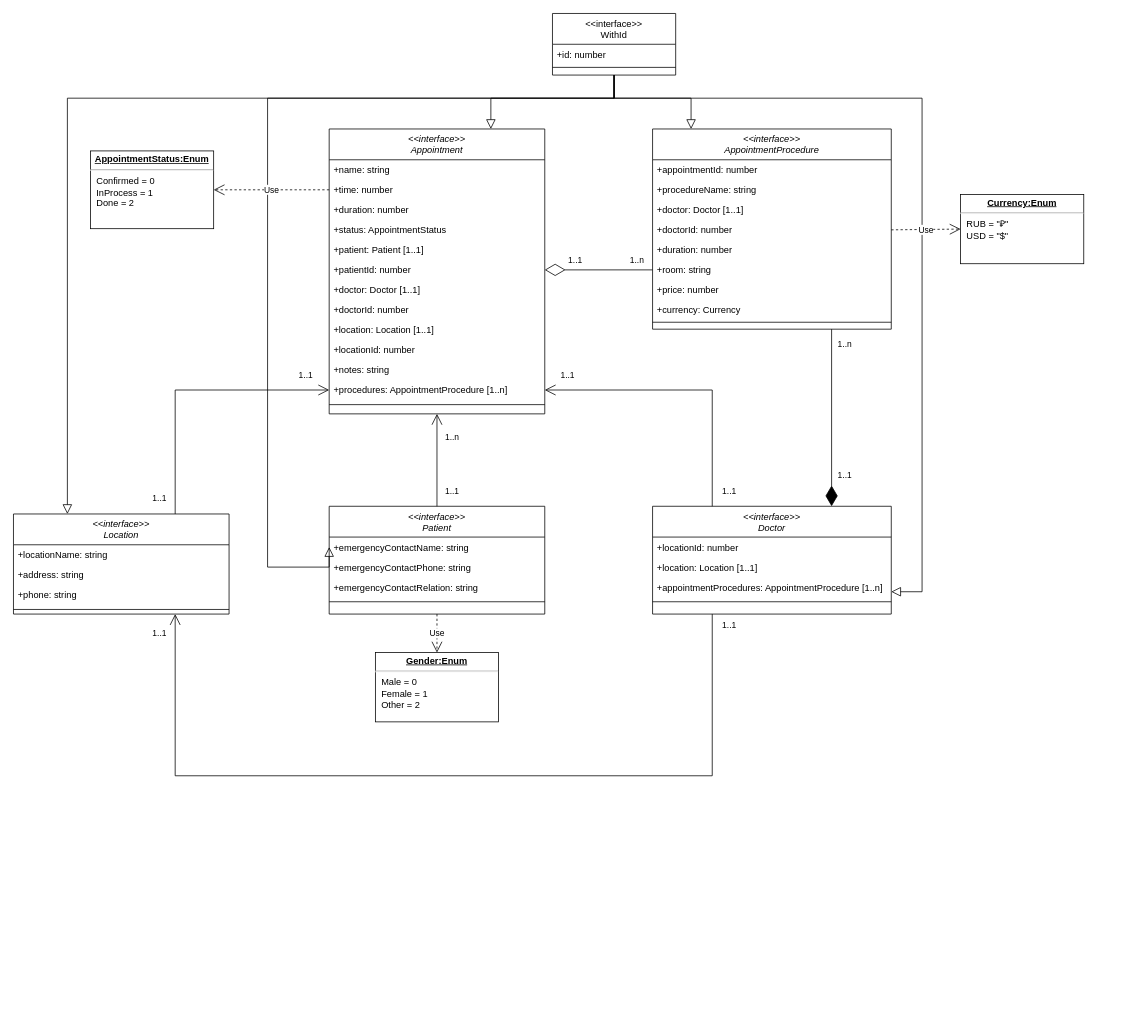
Before: Untitled Diagram.drawio in arturyumaev/Bachelor-Diploma-Docs, a draw.io diagram. Source tidied: cells renumbered, new cells numbered last; positions are measured from the earlier drawing's top-left corner, leaving out a move shared by most shapes. Both pictures are drawn from the tidied source at 77%, with x=0, y=0 at pixel (13, 13).
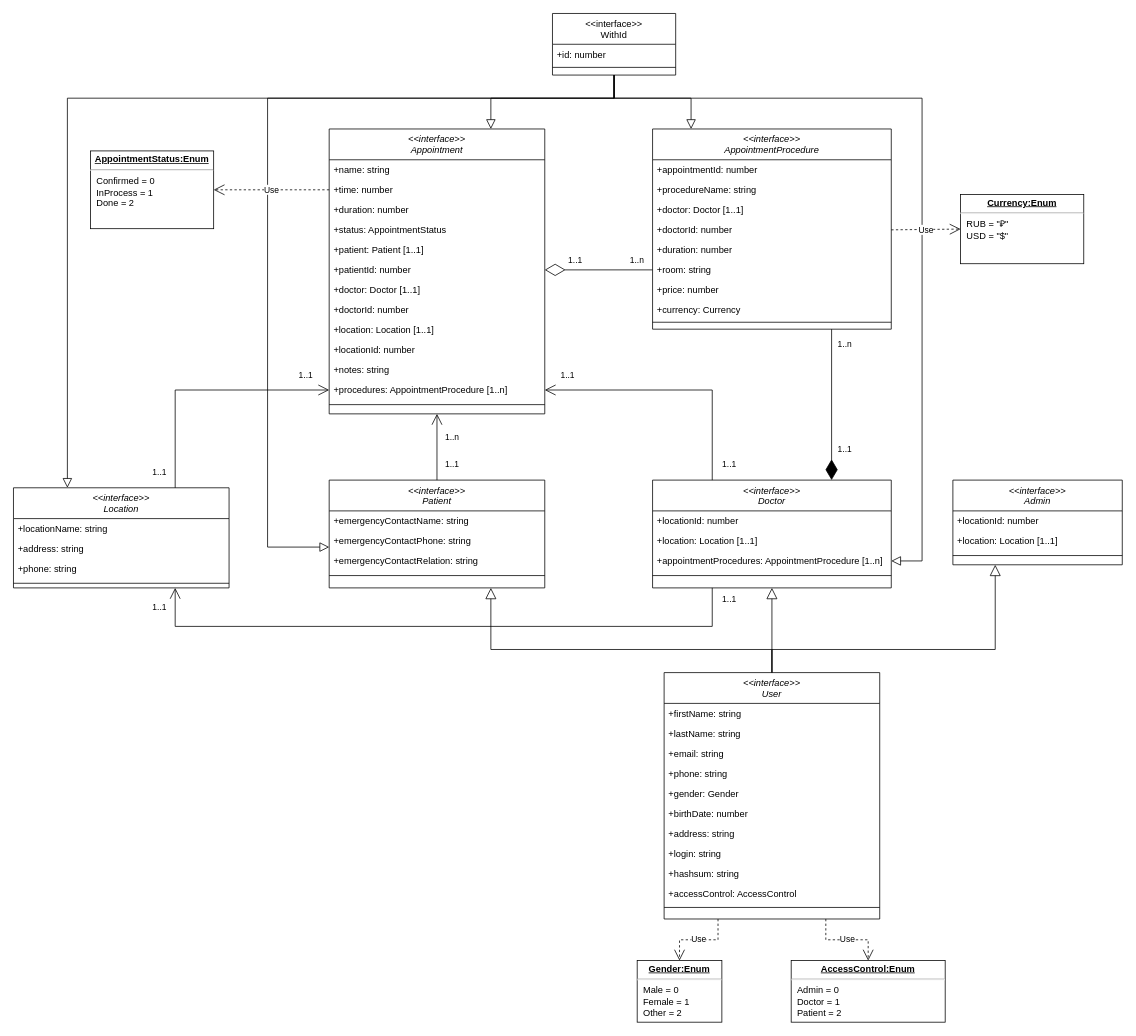
The same page after the edit.

The change refers to these unchanged cells:
```xml
<mxCell id="16" value="&lt;&lt;interface&gt;&gt;&#10;WithId" style="swimlane;fontStyle=0;align=center;verticalAlign=top;horizontal=1;startSize=40;rounded=0;shadow=0;strokeWidth=1;" parent="1" vertex="1">
  <mxGeometry x="700" width="160" height="80" as="geometry" />
</mxCell>
<mxCell id="42" value="+appointmentProcedures: AppointmentProcedure [1..n]" style="text;align=left;verticalAlign=top;spacingLeft=4;spacingRight=4;overflow=hidden;points=[[0,0.5],[1,0.5]];portConstraint=eastwest;rounded=0;shadow=0;html=0;" parent="39" vertex="1">
  <mxGeometry y="92" width="310" height="26" as="geometry" />
</mxCell>
```

The edit, as a diff of the source:
```diff
@@
     <mxCell id="34" value="&lt;&lt;interface&gt;&gt;&#10;Patient" style="swimlane;fontStyle=2;align=center;verticalAlign=top;horizontal=1;startSize=40;rounded=0;shadow=0;strokeWidth=1;" parent="1" vertex="1">
-      <mxGeometry x="410" y="640" width="280" height="140" as="geometry" />
+      <mxGeometry x="410" y="606" width="280" height="140" as="geometry" />
     </mxCell>
@@
     <mxCell id="39" value="&lt;&lt;interface&gt;&gt;&#10;Doctor" style="swimlane;fontStyle=2;align=center;verticalAlign=top;horizontal=1;startSize=40;rounded=0;shadow=0;strokeWidth=1;" parent="1" vertex="1">
-      <mxGeometry x="830" y="640" width="310" height="140" as="geometry" />
+      <mxGeometry x="830" y="606" width="310" height="140" as="geometry" />
     </mxCell>
@@
     <mxCell id="44" value="&lt;&lt;interface&gt;&gt;&#10;Location" style="swimlane;fontStyle=2;align=center;verticalAlign=top;horizontal=1;startSize=40;rounded=0;shadow=0;strokeWidth=1;" parent="1" vertex="1">
-      <mxGeometry y="650" width="280" height="130" as="geometry" />
+      <mxGeometry y="616" width="280" height="130" as="geometry" />
     </mxCell>
@@
     <mxCell id="50" style="endArrow=block;endSize=10;endFill=0;shadow=0;strokeWidth=1;rounded=0;edgeStyle=orthogonalEdgeStyle;elbow=vertical;exitX=0.5;exitY=1;exitDx=0;exitDy=0;entryX=0;entryY=0.5;entryDx=0;entryDy=0;" parent="1" edge="1" source="16">
       <mxGeometry relative="1" as="geometry">
         <mxPoint x="410" y="693" as="targetPoint" />
         <Array as="points">
           <mxPoint x="780" y="110" />
           <mxPoint x="330" y="110" />
-          <mxPoint x="330" y="719" />
+          <mxPoint x="330" y="693" />
         </Array>
       </mxGeometry>
     </mxCell>
-    <mxCell id="51" style="endArrow=block;endSize=10;endFill=0;shadow=0;strokeWidth=1;rounded=0;edgeStyle=orthogonalEdgeStyle;elbow=vertical;exitX=0.5;exitY=1;exitDx=0;exitDy=0;" parent="1" edge="1" source="16">
+    <mxCell id="51" style="endArrow=block;endSize=10;endFill=0;shadow=0;strokeWidth=1;rounded=0;edgeStyle=orthogonalEdgeStyle;elbow=vertical;exitX=0.5;exitY=1;exitDx=0;exitDy=0;entryX=1;entryY=0.5;entryDx=0;entryDy=0;" parent="1" edge="1" source="16" target="42">
       <mxGeometry relative="1" as="geometry">
-        <mxPoint x="1140" y="751" as="targetPoint" />
         <Array as="points">
           <mxPoint x="780" y="110" />
           <mxPoint x="1180" y="110" />
-          <mxPoint x="1180" y="751" />
+          <mxPoint x="1180" y="711" />
         </Array>
       </mxGeometry>
     </mxCell>
@@
     <mxCell id="53" value="1..1" style="text;html=1;strokeColor=none;fillColor=none;align=center;verticalAlign=middle;whiteSpace=wrap;rounded=0;fontSize=11;" parent="1" vertex="1">
-      <mxGeometry x="550" y="610" width="40" height="20" as="geometry" />
+      <mxGeometry x="550" y="576" width="40" height="20" as="geometry" />
     </mxCell>
@@
     <mxCell id="57" value="1..1" style="text;html=1;strokeColor=none;fillColor=none;align=center;verticalAlign=middle;whiteSpace=wrap;rounded=0;fontSize=11;" parent="1" vertex="1">
-      <mxGeometry x="910" y="610" width="40" height="20" as="geometry" />
+      <mxGeometry x="910" y="576" width="40" height="20" as="geometry" />
     </mxCell>
@@
     <mxCell id="59" value="1..1" style="text;html=1;strokeColor=none;fillColor=none;align=center;verticalAlign=middle;whiteSpace=wrap;rounded=0;fontSize=11;" parent="1" vertex="1">
-      <mxGeometry x="170" y="620" width="40" height="20" as="geometry" />
+      <mxGeometry x="170" y="586" width="40" height="20" as="geometry" />
     </mxCell>
@@
     <mxCell id="61" style="endArrow=open;endFill=1;endSize=12;html=1;strokeColor=#000000;strokeWidth=1;fontSize=11;entryX=0.75;entryY=1;entryDx=0;entryDy=0;edgeStyle=orthogonalEdgeStyle;rounded=0;exitX=0.25;exitY=1;exitDx=0;exitDy=0;" parent="1" edge="1" source="39" target="44">
       <mxGeometry relative="1" as="geometry">
         <Array as="points">
-          <mxPoint x="908" y="990" />
-          <mxPoint x="210" y="990" />
+          <mxPoint x="908" y="796" />
+          <mxPoint x="210" y="796" />
         </Array>
       </mxGeometry>
     </mxCell>
     <mxCell id="62" value="1..1" style="text;html=1;strokeColor=none;fillColor=none;align=center;verticalAlign=middle;whiteSpace=wrap;rounded=0;fontSize=11;" parent="1" vertex="1">
-      <mxGeometry x="910" y="785" width="40" height="20" as="geometry" />
+      <mxGeometry x="910" y="751" width="40" height="20" as="geometry" />
     </mxCell>
     <mxCell id="63" value="1..1" style="text;html=1;strokeColor=none;fillColor=none;align=center;verticalAlign=middle;whiteSpace=wrap;rounded=0;fontSize=11;" parent="1" vertex="1">
-      <mxGeometry x="170" y="795" width="40" height="20" as="geometry" />
+      <mxGeometry x="170" y="761" width="40" height="20" as="geometry" />
     </mxCell>
@@
     <mxCell id="65" value="1..1" style="text;html=1;strokeColor=none;fillColor=none;align=center;verticalAlign=middle;whiteSpace=wrap;rounded=0;fontSize=11;" parent="1" vertex="1">
-      <mxGeometry x="1060" y="590" width="40" height="20" as="geometry" />
+      <mxGeometry x="1060" y="556" width="40" height="20" as="geometry" />
     </mxCell>
@@
-    <mxCell id="67" value="&lt;p style=&quot;margin: 0px ; margin-top: 4px ; text-align: center ; text-decoration: underline&quot;&gt;&lt;b&gt;Gender:Enum&lt;/b&gt;&lt;/p&gt;&lt;hr&gt;&lt;p style=&quot;margin: 0px ; margin-left: 8px&quot;&gt;Male = 0&lt;br&gt;Female = 1&lt;br&gt;Other = 2&lt;/p&gt;" style="verticalAlign=top;align=left;overflow=fill;fontSize=12;fontFamily=Helvetica;html=1;" parent="1" vertex="1">
-      <mxGeometry x="470" y="830" width="160" height="90" as="geometry" />
-    </mxCell>
@@
-    <mxCell id="70" value="Use" style="endArrow=open;endSize=12;dashed=1;html=1;strokeColor=#000000;strokeWidth=1;fontSize=11;exitX=0.5;exitY=1;exitDx=0;exitDy=0;entryX=0.5;entryY=0;entryDx=0;entryDy=0;" parent="1" edge="1" source="34" target="67">
-      <mxGeometry relative="1" as="geometry" />
-    </mxCell>
@@
+    <mxCell id="73" value="&lt;&lt;interface&gt;&gt;&#10;Admin" style="swimlane;fontStyle=2;align=center;verticalAlign=top;horizontal=1;startSize=40;rounded=0;shadow=0;strokeWidth=1;" parent="1" vertex="1">
+      <mxGeometry x="1220" y="606" width="220" height="110" as="geometry" />
+    </mxCell>
+    <mxCell id="74" value="+locationId: number" style="text;align=left;verticalAlign=top;spacingLeft=4;spacingRight=4;overflow=hidden;rounded=0;shadow=0;html=0;" parent="73" vertex="1">
+      <mxGeometry y="40" width="220" height="26" as="geometry" />
+    </mxCell>
+    <mxCell id="75" value="+location: Location [1..1]" style="text;align=left;verticalAlign=top;spacingLeft=4;spacingRight=4;overflow=hidden;rounded=0;shadow=0;html=0;" parent="73" vertex="1">
+      <mxGeometry y="66" width="220" height="26" as="geometry" />
+    </mxCell>
+    <mxCell id="76" style="line;html=1;strokeWidth=1;align=left;verticalAlign=middle;spacingTop=-1;spacingLeft=3;spacingRight=3;labelPosition=right;" parent="73" vertex="1">
+      <mxGeometry y="92" width="220" height="12" as="geometry" />
+    </mxCell>
+    <mxCell id="67" value="&lt;p style=&quot;margin: 0px ; margin-top: 4px ; text-align: center ; text-decoration: underline&quot;&gt;&lt;b&gt;Gender:Enum&lt;/b&gt;&lt;/p&gt;&lt;hr&gt;&lt;p style=&quot;margin: 0px ; margin-left: 8px&quot;&gt;Male = 0&lt;br&gt;Female = 1&lt;br&gt;Other = 2&lt;/p&gt;" style="verticalAlign=top;align=left;overflow=fill;fontSize=12;fontFamily=Helvetica;html=1;" parent="1" vertex="1">
+      <mxGeometry x="810" y="1230" width="110" height="80" as="geometry" />
+    </mxCell>
+    <mxCell id="77" value="Use" style="endArrow=open;endSize=12;dashed=1;html=1;strokeColor=#000000;strokeWidth=1;fontSize=11;entryX=0.5;entryY=0;entryDx=0;entryDy=0;exitX=0.25;exitY=1;exitDx=0;exitDy=0;edgeStyle=orthogonalEdgeStyle;rounded=0;" parent="1" edge="1" source="78" target="67">
+      <mxGeometry relative="1" as="geometry" />
+    </mxCell>
+    <mxCell id="78" value="&lt;&lt;interface&gt;&gt;&#10;User" style="swimlane;fontStyle=2;align=center;verticalAlign=top;horizontal=1;startSize=40;rounded=0;shadow=0;strokeWidth=1;" parent="1" vertex="1">
+      <mxGeometry x="845" y="856" width="280" height="320" as="geometry" />
+    </mxCell>
+    <mxCell id="79" value="+firstName: string" style="text;align=left;verticalAlign=top;spacingLeft=4;spacingRight=4;overflow=hidden;rounded=0;shadow=0;html=0;" parent="78" vertex="1">
+      <mxGeometry y="40" width="280" height="26" as="geometry" />
+    </mxCell>
+    <mxCell id="80" value="+lastName: string" style="text;align=left;verticalAlign=top;spacingLeft=4;spacingRight=4;overflow=hidden;rounded=0;shadow=0;html=0;" parent="78" vertex="1">
+      <mxGeometry y="66" width="280" height="26" as="geometry" />
+    </mxCell>
+    <mxCell id="81" value="+email: string" style="text;align=left;verticalAlign=top;spacingLeft=4;spacingRight=4;overflow=hidden;rounded=0;shadow=0;html=0;" parent="78" vertex="1">
+      <mxGeometry y="92" width="280" height="26" as="geometry" />
+    </mxCell>
+    <mxCell id="82" value="+phone: string" style="text;align=left;verticalAlign=top;spacingLeft=4;spacingRight=4;overflow=hidden;rounded=0;shadow=0;html=0;" parent="78" vertex="1">
+      <mxGeometry y="118" width="280" height="26" as="geometry" />
+    </mxCell>
+    <mxCell id="83" value="+gender: Gender" style="text;align=left;verticalAlign=top;spacingLeft=4;spacingRight=4;overflow=hidden;rounded=0;shadow=0;html=0;" parent="78" vertex="1">
+      <mxGeometry y="144" width="280" height="26" as="geometry" />
+    </mxCell>
+    <mxCell id="84" value="+birthDate: number" style="text;align=left;verticalAlign=top;spacingLeft=4;spacingRight=4;overflow=hidden;rounded=0;shadow=0;html=0;" parent="78" vertex="1">
+      <mxGeometry y="170" width="280" height="26" as="geometry" />
+    </mxCell>
+    <mxCell id="85" value="+address: string" style="text;align=left;verticalAlign=top;spacingLeft=4;spacingRight=4;overflow=hidden;rounded=0;shadow=0;html=0;" parent="78" vertex="1">
+      <mxGeometry y="196" width="280" height="26" as="geometry" />
+    </mxCell>
+    <mxCell id="86" value="+login: string" style="text;align=left;verticalAlign=top;spacingLeft=4;spacingRight=4;overflow=hidden;rounded=0;shadow=0;html=0;" parent="78" vertex="1">
+      <mxGeometry y="222" width="280" height="26" as="geometry" />
+    </mxCell>
+    <mxCell id="87" value="+hashsum: string" style="text;align=left;verticalAlign=top;spacingLeft=4;spacingRight=4;overflow=hidden;rounded=0;shadow=0;html=0;" parent="78" vertex="1">
+      <mxGeometry y="248" width="280" height="26" as="geometry" />
+    </mxCell>
+    <mxCell id="88" value="+accessControl: AccessControl" style="text;align=left;verticalAlign=top;spacingLeft=4;spacingRight=4;overflow=hidden;rounded=0;shadow=0;html=0;" parent="78" vertex="1">
+      <mxGeometry y="274" width="280" height="26" as="geometry" />
+    </mxCell>
+    <mxCell id="89" style="line;html=1;strokeWidth=1;align=left;verticalAlign=middle;spacingTop=-1;spacingLeft=3;spacingRight=3;labelPosition=right;" parent="78" vertex="1">
+      <mxGeometry y="300" width="280" height="10" as="geometry" />
+    </mxCell>
+    <mxCell id="90" style="endArrow=block;endFill=0;endSize=12;html=1;strokeColor=#000000;strokeWidth=1;fontSize=11;entryX=0.5;entryY=1;entryDx=0;entryDy=0;exitX=0.5;exitY=0;exitDx=0;exitDy=0;" parent="1" edge="1" source="78" target="39">
+      <mxGeometry relative="1" as="geometry" />
+    </mxCell>
+    <mxCell id="91" style="endArrow=block;endFill=0;endSize=12;html=1;strokeColor=#000000;strokeWidth=1;fontSize=11;entryX=0.25;entryY=1;entryDx=0;entryDy=0;exitX=0.5;exitY=0;exitDx=0;exitDy=0;edgeStyle=orthogonalEdgeStyle;rounded=0;" parent="1" edge="1" source="78" target="73">
+      <mxGeometry relative="1" as="geometry">
+        <Array as="points">
+          <mxPoint x="985" y="826" />
+          <mxPoint x="1275" y="826" />
+        </Array>
+      </mxGeometry>
+    </mxCell>
+    <mxCell id="92" style="endArrow=block;endFill=0;endSize=12;html=1;strokeColor=#000000;strokeWidth=1;fontSize=11;entryX=0.75;entryY=1;entryDx=0;entryDy=0;exitX=0.5;exitY=0;exitDx=0;exitDy=0;edgeStyle=orthogonalEdgeStyle;rounded=0;" parent="1" edge="1" source="78" target="34">
+      <mxGeometry relative="1" as="geometry">
+        <Array as="points">
+          <mxPoint x="985" y="826" />
+          <mxPoint x="620" y="826" />
+        </Array>
+      </mxGeometry>
+    </mxCell>
+    <mxCell id="93" value="Use" style="endArrow=open;endSize=12;dashed=1;html=1;strokeColor=#000000;strokeWidth=1;fontSize=11;entryX=0.5;entryY=0;entryDx=0;entryDy=0;exitX=0.75;exitY=1;exitDx=0;exitDy=0;rounded=0;edgeStyle=orthogonalEdgeStyle;" parent="1" edge="1" source="78" target="94">
+      <mxGeometry relative="1" as="geometry" />
+    </mxCell>
+    <mxCell id="94" value="&lt;p style=&quot;margin: 0px ; margin-top: 4px ; text-align: center ; text-decoration: underline&quot;&gt;&lt;b&gt;AccessControl:Enum&lt;/b&gt;&lt;/p&gt;&lt;hr&gt;&lt;p style=&quot;margin: 0px ; margin-left: 8px&quot;&gt;Admin = 0&lt;br&gt;Doctor = 1&lt;br&gt;Patient = 2&lt;/p&gt;" style="verticalAlign=top;align=left;overflow=fill;fontSize=12;fontFamily=Helvetica;html=1;" parent="1" vertex="1">
+      <mxGeometry x="1010" y="1230" width="200" height="80" as="geometry" />
+    </mxCell>
```
